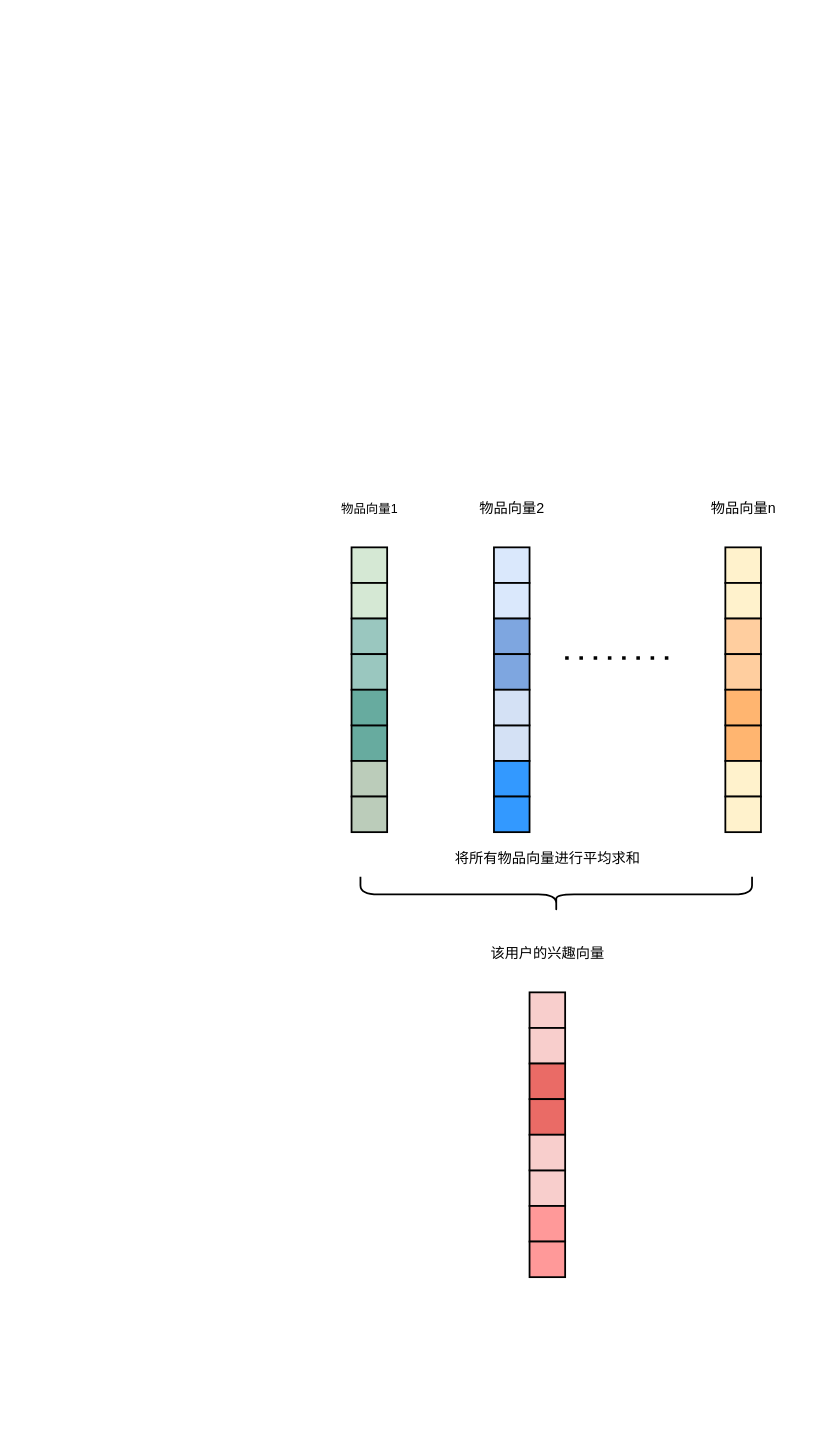
Earlier version of the draw.io diagram 0430.drawio (OdaXU/svm). Source tidied: cells renumbered, new cells numbered last; positions are measured from the earlier drawing's top-left corner, leaving out a move shared by most shapes. Both pictures are drawn from the tidied source at 178%, with x=0, y=0 at pixel (226, 475).
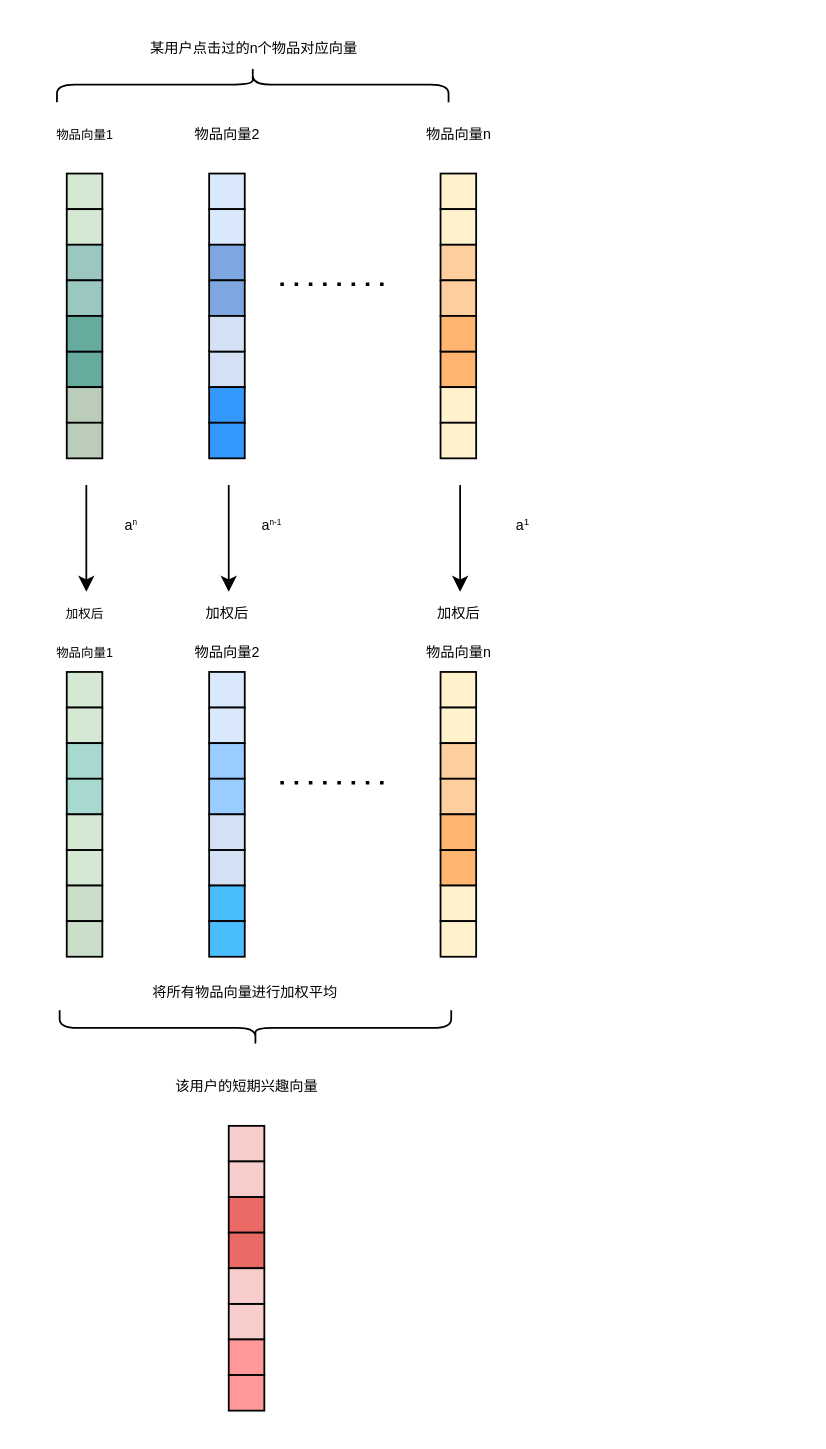
After the change.

What changed in the source:
```diff
@@
+    <mxCell id="49" style="group;" parent="1" vertex="1">
+      <mxGeometry x="-110" y="-250" width="291" height="780" as="geometry" />
+    </mxCell>
-    <mxCell id="2" style="group;" parent="1" vertex="1">
-      <mxGeometry x="150" y="250" width="70" height="205" as="geometry" />
+    <mxCell id="2" style="group;" parent="49" vertex="1">
+      <mxGeometry x="91" y="575" width="85" height="205" as="geometry" />
     </mxCell>
@@
-    <mxCell id="12" value="&lt;font style=&quot;font-size: 8px&quot;&gt;该用户的兴趣向量&lt;/font&gt;" style="text;html=1;align=center;verticalAlign=middle;strokeColor=none;fillColor=none;fontSize=18;fontColor=#000000;" parent="2" vertex="1">
-      <mxGeometry x="-10" width="80" height="30" as="geometry" />
+    <mxCell id="12" value="&lt;font style=&quot;font-size: 8px&quot;&gt;该用户的短期兴趣向量&lt;/font&gt;" style="text;html=1;align=center;verticalAlign=middle;strokeColor=none;fillColor=none;fontSize=18;fontColor=#000000;" parent="2" vertex="1">
+      <mxGeometry x="-25" width="110" height="30" as="geometry" />
     </mxCell>
+    <mxCell id="47" style="shape=curlyBracket;whiteSpace=wrap;html=1;rounded=1;fillColor=#FFF2CC;rotation=-90;" parent="49" vertex="1">
+      <mxGeometry x="116" y="450" width="20" height="220" as="geometry" />
+    </mxCell>
+    <mxCell id="48" value="将所有物品向量进行加权平均" style="text;html=1;align=center;verticalAlign=middle;strokeColor=none;fillColor=none;fontSize=8;fontColor=#000000;" parent="49" vertex="1">
+      <mxGeometry x="50" y="530" width="140" height="20" as="geometry" />
+    </mxCell>
+    <mxCell id="50" style="group;" parent="49" vertex="1">
+      <mxGeometry y="40" width="270" height="205" as="geometry" />
+    </mxCell>
-    <mxCell id="13" style="group;" parent="1" vertex="1">
-      <mxGeometry x="50" width="80" height="205" as="geometry" />
+    <mxCell id="13" style="group;" parent="50" vertex="1">
+      <mxGeometry width="80" height="205" as="geometry" />
     </mxCell>
@@
-    <mxCell id="24" style="group;" parent="1" vertex="1">
-      <mxGeometry x="130" width="60" height="205" as="geometry" />
+    <mxCell id="24" style="group;" parent="50" vertex="1">
+      <mxGeometry x="80" width="60" height="205" as="geometry" />
     </mxCell>
@@
-    <mxCell id="35" style="group;" parent="1" vertex="1">
-      <mxGeometry x="260" width="60" height="205" as="geometry" />
+    <mxCell id="35" style="group;" parent="50" vertex="1">
+      <mxGeometry x="210" width="60" height="205" as="geometry" />
     </mxCell>
@@
-    <mxCell id="46" style="endArrow=none;dashed=1;html=1;dashPattern=1 3;strokeWidth=2;rounded=0;" parent="1" edge="1">
+    <mxCell id="46" style="endArrow=none;dashed=1;html=1;dashPattern=1 3;strokeWidth=2;rounded=0;" parent="50" edge="1">
       <mxGeometry relative="1" as="geometry">
-        <mxPoint x="190" y="102.2" as="sourcePoint" />
-        <mxPoint x="250" y="102.2" as="targetPoint" />
+        <mxPoint x="140" y="102.2" as="sourcePoint" />
+        <mxPoint x="200" y="102.2" as="targetPoint" />
       </mxGeometry>
     </mxCell>
-    <mxCell id="47" style="shape=curlyBracket;whiteSpace=wrap;html=1;rounded=1;fillColor=#FFF2CC;rotation=-90;" parent="1" vertex="1">
-      <mxGeometry x="175" y="125" width="20" height="220" as="geometry" />
-    </mxCell>
-    <mxCell id="48" value="将所有物品向量进行平均求和" style="text;html=1;align=center;verticalAlign=middle;strokeColor=none;fillColor=none;fontSize=8;fontColor=#000000;" parent="1" vertex="1">
-      <mxGeometry x="120" y="205" width="120" height="20" as="geometry" />
-    </mxCell>
+    <mxCell id="51" style="endArrow=classic;html=1;rounded=0;" parent="49" edge="1">
+      <mxGeometry relative="1" as="geometry">
+        <mxPoint x="241" y="255" as="sourcePoint" />
+        <mxPoint x="241" y="315" as="targetPoint" />
+      </mxGeometry>
+    </mxCell>
+    <mxCell id="52" value="&lt;font style=&quot;font-size: 8px&quot;&gt;a&lt;/font&gt;&lt;font style=&quot;font-size: 6.66667px&quot;&gt;&lt;sup&gt;1&lt;/sup&gt;&lt;/font&gt;" style="text;html=1;align=center;verticalAlign=middle;strokeColor=none;fillColor=none;fontSize=18;fontColor=#000000;" parent="49" vertex="1">
+      <mxGeometry x="261" y="260" width="30" height="30" as="geometry" />
+    </mxCell>
+    <mxCell id="53" value="&lt;font style=&quot;font-size: 8px&quot;&gt;a&lt;/font&gt;&lt;font style=&quot;font-size: 5.55556px&quot;&gt;&lt;sup&gt;n-1&lt;/sup&gt;&lt;/font&gt;" style="text;html=1;align=center;verticalAlign=middle;strokeColor=none;fillColor=none;fontSize=18;fontColor=#000000;" parent="49" vertex="1">
+      <mxGeometry x="120" y="260" width="30" height="30" as="geometry" />
+    </mxCell>
+    <mxCell id="54" style="endArrow=classic;html=1;rounded=0;" parent="49" edge="1">
+      <mxGeometry relative="1" as="geometry">
+        <mxPoint x="111" y="255" as="sourcePoint" />
+        <mxPoint x="111" y="315" as="targetPoint" />
+      </mxGeometry>
+    </mxCell>
+    <mxCell id="55" value="&lt;font style=&quot;font-size: 8px&quot;&gt;a&lt;/font&gt;&lt;font style=&quot;font-size: 5.55556px&quot;&gt;&lt;sup&gt;n&lt;/sup&gt;&lt;/font&gt;" style="text;html=1;align=center;verticalAlign=middle;strokeColor=none;fillColor=none;fontSize=18;fontColor=#000000;" parent="49" vertex="1">
+      <mxGeometry x="41" y="260" width="30" height="30" as="geometry" />
+    </mxCell>
+    <mxCell id="56" style="endArrow=classic;html=1;rounded=0;" parent="49" edge="1">
+      <mxGeometry relative="1" as="geometry">
+        <mxPoint x="31" y="255" as="sourcePoint" />
+        <mxPoint x="31" y="315" as="targetPoint" />
+      </mxGeometry>
+    </mxCell>
+    <mxCell id="57" style="whiteSpace=wrap;html=1;labelBackgroundColor=#FFFFFF;sketch=0;fontSize=15;strokeColor=#000000;fillColor=#d5e8d4;rotation=90;" parent="49" vertex="1">
+      <mxGeometry x="20" y="360" width="20" height="20" as="geometry" />
+    </mxCell>
+    <mxCell id="58" style="whiteSpace=wrap;html=1;labelBackgroundColor=#FFFFFF;sketch=0;fontSize=15;strokeColor=#000000;fillColor=#d5e8d4;rotation=90;" parent="49" vertex="1">
+      <mxGeometry x="20" y="380" width="20" height="20" as="geometry" />
+    </mxCell>
+    <mxCell id="59" style="whiteSpace=wrap;html=1;labelBackgroundColor=#FFFFFF;sketch=0;fontSize=15;strokeColor=#000000;fillColor=#A8D9D0;rotation=90;" parent="49" vertex="1">
+      <mxGeometry x="20" y="400" width="20" height="20" as="geometry" />
+    </mxCell>
+    <mxCell id="60" style="whiteSpace=wrap;html=1;labelBackgroundColor=#FFFFFF;sketch=0;fontSize=15;strokeColor=#000000;fillColor=#A8D9D0;rotation=90;" parent="49" vertex="1">
+      <mxGeometry x="20" y="420" width="20" height="20" as="geometry" />
+    </mxCell>
+    <mxCell id="61" style="whiteSpace=wrap;html=1;labelBackgroundColor=#FFFFFF;sketch=0;fontSize=15;strokeColor=#000000;fillColor=#d5e8d4;rotation=90;" parent="49" vertex="1">
+      <mxGeometry x="20" y="460" width="20" height="20" as="geometry" />
+    </mxCell>
+    <mxCell id="62" style="whiteSpace=wrap;html=1;labelBackgroundColor=#FFFFFF;sketch=0;fontSize=15;strokeColor=#000000;fillColor=#CBDECA;rotation=90;" parent="49" vertex="1">
+      <mxGeometry x="20" y="480" width="20" height="20" as="geometry" />
+    </mxCell>
+    <mxCell id="63" style="whiteSpace=wrap;html=1;labelBackgroundColor=#FFFFFF;sketch=0;fontSize=15;strokeColor=#000000;fillColor=#CBDECA;rotation=90;" parent="49" vertex="1">
+      <mxGeometry x="20" y="500" width="20" height="20" as="geometry" />
+    </mxCell>
+    <mxCell id="64" style="whiteSpace=wrap;html=1;labelBackgroundColor=#FFFFFF;sketch=0;fontSize=15;strokeColor=#000000;fillColor=#d5e8d4;rotation=90;" parent="49" vertex="1">
+      <mxGeometry x="20" y="440" width="20" height="20" as="geometry" />
+    </mxCell>
+    <mxCell id="65" value="&lt;font style=&quot;font-size: 7px&quot;&gt;加权后&lt;br&gt;物品向量1&lt;/font&gt;" style="text;html=1;align=center;verticalAlign=middle;strokeColor=none;fillColor=none;fontSize=18;fontColor=#000000;" parent="49" vertex="1">
+      <mxGeometry y="305" width="60" height="60" as="geometry" />
+    </mxCell>
+    <mxCell id="66" style="whiteSpace=wrap;html=1;labelBackgroundColor=#FFFFFF;sketch=0;fontSize=15;strokeColor=#000000;fillColor=#dae8fc;rotation=90;" parent="49" vertex="1">
+      <mxGeometry x="100" y="360" width="20" height="20" as="geometry" />
+    </mxCell>
+    <mxCell id="67" style="whiteSpace=wrap;html=1;labelBackgroundColor=#FFFFFF;sketch=0;fontSize=15;strokeColor=#000000;fillColor=#dae8fc;rotation=90;" parent="49" vertex="1">
+      <mxGeometry x="100" y="380" width="20" height="20" as="geometry" />
+    </mxCell>
+    <mxCell id="68" style="whiteSpace=wrap;html=1;labelBackgroundColor=#FFFFFF;sketch=0;fontSize=15;strokeColor=#000000;fillColor=#99CCFF;rotation=90;" parent="49" vertex="1">
+      <mxGeometry x="100" y="400" width="20" height="20" as="geometry" />
+    </mxCell>
+    <mxCell id="69" style="whiteSpace=wrap;html=1;labelBackgroundColor=#FFFFFF;sketch=0;fontSize=15;strokeColor=#000000;fillColor=#99CCFF;rotation=90;" parent="49" vertex="1">
+      <mxGeometry x="100" y="420" width="20" height="20" as="geometry" />
+    </mxCell>
+    <mxCell id="70" style="whiteSpace=wrap;html=1;labelBackgroundColor=#FFFFFF;sketch=0;fontSize=15;strokeColor=#000000;fillColor=#D4E1F5;rotation=90;" parent="49" vertex="1">
+      <mxGeometry x="100" y="460" width="20" height="20" as="geometry" />
+    </mxCell>
+    <mxCell id="71" style="whiteSpace=wrap;html=1;labelBackgroundColor=#FFFFFF;sketch=0;fontSize=15;strokeColor=#000000;fillColor=#4ABDFF;rotation=90;" parent="49" vertex="1">
+      <mxGeometry x="100" y="480" width="20" height="20" as="geometry" />
+    </mxCell>
+    <mxCell id="72" style="whiteSpace=wrap;html=1;labelBackgroundColor=#FFFFFF;sketch=0;fontSize=15;strokeColor=#000000;fillColor=#4ABDFF;rotation=90;" parent="49" vertex="1">
+      <mxGeometry x="100" y="500" width="20" height="20" as="geometry" />
+    </mxCell>
+    <mxCell id="73" style="whiteSpace=wrap;html=1;labelBackgroundColor=#FFFFFF;sketch=0;fontSize=15;strokeColor=#000000;fillColor=#D4E1F5;rotation=90;" parent="49" vertex="1">
+      <mxGeometry x="100" y="440" width="20" height="20" as="geometry" />
+    </mxCell>
+    <mxCell id="74" value="&lt;font style=&quot;font-size: 8px&quot;&gt;加权后&lt;br&gt;物品向量2&lt;/font&gt;" style="text;html=1;align=center;verticalAlign=middle;strokeColor=none;fillColor=none;fontSize=18;fontColor=#000000;" parent="49" vertex="1">
+      <mxGeometry x="80" y="305" width="60" height="60" as="geometry" />
+    </mxCell>
+    <mxCell id="75" style="whiteSpace=wrap;html=1;labelBackgroundColor=#FFFFFF;sketch=0;fontSize=15;strokeColor=#000000;fillColor=#fff2cc;rotation=90;" parent="49" vertex="1">
+      <mxGeometry x="230" y="360" width="20" height="20" as="geometry" />
+    </mxCell>
+    <mxCell id="76" style="whiteSpace=wrap;html=1;labelBackgroundColor=#FFFFFF;sketch=0;fontSize=15;strokeColor=#000000;fillColor=#fff2cc;rotation=90;" parent="49" vertex="1">
+      <mxGeometry x="230" y="380" width="20" height="20" as="geometry" />
+    </mxCell>
+    <mxCell id="77" style="whiteSpace=wrap;html=1;labelBackgroundColor=#FFFFFF;sketch=0;fontSize=15;strokeColor=#000000;fillColor=#FFCE9F;rotation=90;" parent="49" vertex="1">
+      <mxGeometry x="230" y="400" width="20" height="20" as="geometry" />
+    </mxCell>
+    <mxCell id="78" style="whiteSpace=wrap;html=1;labelBackgroundColor=#FFFFFF;sketch=0;fontSize=15;strokeColor=#000000;fillColor=#FFCE9F;rotation=90;" parent="49" vertex="1">
+      <mxGeometry x="230" y="420" width="20" height="20" as="geometry" />
+    </mxCell>
+    <mxCell id="79" style="whiteSpace=wrap;html=1;labelBackgroundColor=#FFFFFF;sketch=0;fontSize=15;strokeColor=#000000;fillColor=#FFB570;rotation=90;" parent="49" vertex="1">
+      <mxGeometry x="230" y="460" width="20" height="20" as="geometry" />
+    </mxCell>
+    <mxCell id="80" style="whiteSpace=wrap;html=1;labelBackgroundColor=#FFFFFF;sketch=0;fontSize=15;strokeColor=#000000;fillColor=#FFF2CC;rotation=90;" parent="49" vertex="1">
+      <mxGeometry x="230" y="480" width="20" height="20" as="geometry" />
+    </mxCell>
+    <mxCell id="81" style="whiteSpace=wrap;html=1;labelBackgroundColor=#FFFFFF;sketch=0;fontSize=15;strokeColor=#000000;fillColor=#FFF2CC;rotation=90;" parent="49" vertex="1">
+      <mxGeometry x="230" y="500" width="20" height="20" as="geometry" />
+    </mxCell>
+    <mxCell id="82" style="whiteSpace=wrap;html=1;labelBackgroundColor=#FFFFFF;sketch=0;fontSize=15;strokeColor=#000000;fillColor=#FFB570;rotation=90;" parent="49" vertex="1">
+      <mxGeometry x="230" y="440" width="20" height="20" as="geometry" />
+    </mxCell>
+    <mxCell id="83" value="&lt;font style=&quot;font-size: 8px&quot;&gt;加权后&lt;br&gt;物品向量n&lt;/font&gt;" style="text;html=1;align=center;verticalAlign=middle;strokeColor=none;fillColor=none;fontSize=18;fontColor=#000000;" parent="49" vertex="1">
+      <mxGeometry x="210" y="305" width="60" height="60" as="geometry" />
+    </mxCell>
+    <mxCell id="84" style="endArrow=none;dashed=1;html=1;dashPattern=1 3;strokeWidth=2;rounded=0;" parent="49" edge="1">
+      <mxGeometry relative="1" as="geometry">
+        <mxPoint x="140" y="422.2" as="sourcePoint" />
+        <mxPoint x="200" y="422.2" as="targetPoint" />
+      </mxGeometry>
+    </mxCell>
+    <mxCell id="85" style="shape=curlyBracket;whiteSpace=wrap;html=1;rounded=1;fillColor=#FFF2CC;rotation=90;" parent="49" vertex="1">
+      <mxGeometry x="114.5" y="-80" width="20" height="220" as="geometry" />
+    </mxCell>
+    <mxCell id="86" value="某用户点击过的n个物品对应向量" style="text;html=1;align=center;verticalAlign=middle;strokeColor=none;fillColor=none;fontSize=8;fontColor=#000000;" parent="49" vertex="1">
+      <mxGeometry x="44.5" width="160" height="20" as="geometry" />
+    </mxCell>
```
